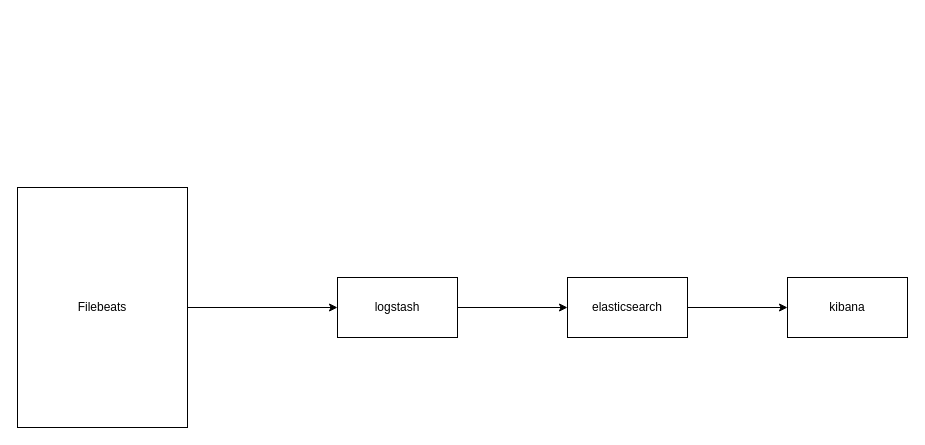
Before: ELK.drawio in YingSi163/Effy, a draw.io diagram. Source tidied: cells renumbered, new cells numbered last; positions are measured from the earlier drawing's top-left corner, leaving out a move shared by most shapes. Both pictures are drawn from the tidied source at 100%, with x=0, y=0 at pixel (17, 187).
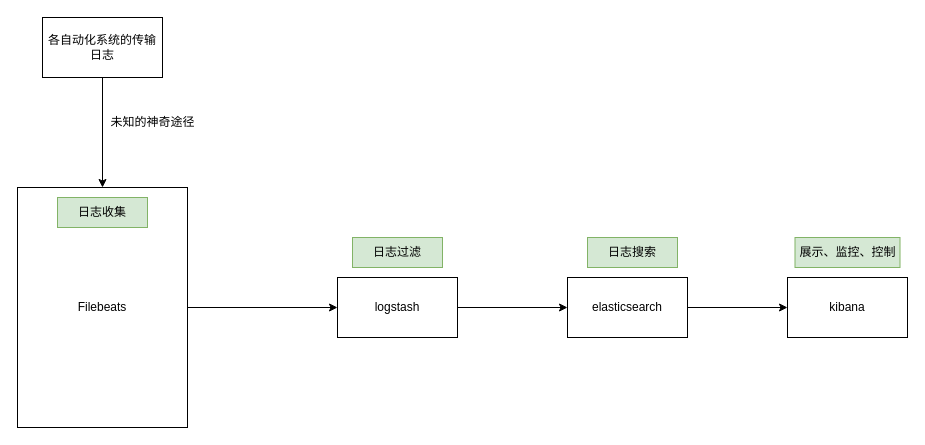
Above is the later version.

Diff of the diagram source:
```diff
@@
 <mxGraphModel>
   <root>
     <mxCell id="0" />
     <mxCell id="1" parent="0" />
     <mxCell id="2" value="Filebeats" style="rounded=0;whiteSpace=wrap;html=1;" parent="1" vertex="1">
       <mxGeometry width="170" height="240" as="geometry" />
     </mxCell>
     <mxCell id="3" value="logstash" style="rounded=0;whiteSpace=wrap;html=1;" parent="1" vertex="1">
       <mxGeometry x="320" y="90" width="120" height="60" as="geometry" />
     </mxCell>
     <mxCell id="4" value="elasticsearch" style="rounded=0;whiteSpace=wrap;html=1;" parent="1" vertex="1">
       <mxGeometry x="550" y="90" width="120" height="60" as="geometry" />
     </mxCell>
     <mxCell id="5" value="kibana" style="rounded=0;whiteSpace=wrap;html=1;" parent="1" vertex="1">
       <mxGeometry x="770" y="90" width="120" height="60" as="geometry" />
     </mxCell>
     <mxCell id="6" style="endArrow=classic;html=1;rounded=0;exitX=1;exitY=0.5;exitDx=0;exitDy=0;entryX=0;entryY=0.5;entryDx=0;entryDy=0;" parent="1" edge="1" source="2" target="3">
       <mxGeometry relative="1" as="geometry" />
     </mxCell>
     <mxCell id="7" style="endArrow=classic;html=1;rounded=0;exitX=1;exitY=0.5;exitDx=0;exitDy=0;entryX=0;entryY=0.5;entryDx=0;entryDy=0;" parent="1" edge="1" source="3" target="4">
       <mxGeometry relative="1" as="geometry" />
     </mxCell>
     <mxCell id="8" style="endArrow=classic;html=1;rounded=0;exitX=1;exitY=0.5;exitDx=0;exitDy=0;entryX=0;entryY=0.5;entryDx=0;entryDy=0;" parent="1" edge="1" source="4" target="5">
       <mxGeometry relative="1" as="geometry" />
     </mxCell>
+    <mxCell id="9" value="日志收集" style="rounded=0;whiteSpace=wrap;html=1;fillColor=#d5e8d4;strokeColor=#82b366;" parent="1" vertex="1">
+      <mxGeometry x="40" y="10" width="90" height="30" as="geometry" />
+    </mxCell>
+    <mxCell id="10" value="日志过滤" style="rounded=0;whiteSpace=wrap;html=1;fillColor=#d5e8d4;strokeColor=#82b366;" parent="1" vertex="1">
+      <mxGeometry x="335" y="50" width="90" height="30" as="geometry" />
+    </mxCell>
+    <mxCell id="11" value="日志搜索" style="rounded=0;whiteSpace=wrap;html=1;fillColor=#d5e8d4;strokeColor=#82b366;" parent="1" vertex="1">
+      <mxGeometry x="570" y="50" width="90" height="30" as="geometry" />
+    </mxCell>
+    <mxCell id="12" value="展示、监控、控制" style="rounded=0;whiteSpace=wrap;html=1;fillColor=#d5e8d4;strokeColor=#82b366;" parent="1" vertex="1">
+      <mxGeometry x="777.5" y="50" width="105" height="30" as="geometry" />
+    </mxCell>
+    <mxCell id="13" value="各自动化系统的传输日志" style="rounded=0;whiteSpace=wrap;html=1;" parent="1" vertex="1">
+      <mxGeometry x="25" y="-170" width="120" height="60" as="geometry" />
+    </mxCell>
+    <mxCell id="14" style="endArrow=classic;html=1;rounded=0;exitX=0.5;exitY=1;exitDx=0;exitDy=0;entryX=0.5;entryY=0;entryDx=0;entryDy=0;" parent="1" edge="1" source="13" target="2">
+      <mxGeometry relative="1" as="geometry" />
+    </mxCell>
+    <mxCell id="15" value="未知的神奇途径" style="text;html=1;align=center;verticalAlign=middle;strokeColor=none;fillColor=none;" parent="1" vertex="1">
+      <mxGeometry x="80" y="-80" width="110" height="30" as="geometry" />
+    </mxCell>
   </root>
 </mxGraphModel>
```
